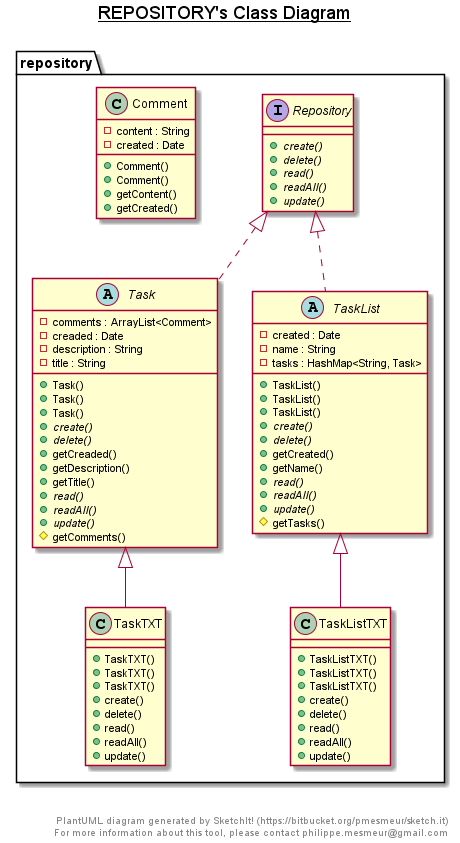
Above: docs/diagrams/repository.png in Dieunelson-Dorcelus/todo-cli (PlantUML), before the change. Its diagram source:
```plantuml
@startuml

title __REPOSITORY's Class Diagram__\n

  namespace repository {
    class repository.Comment {
        - content : String
        - created : Date
        + Comment()
        + Comment()
        + getContent()
        + getCreated()
    }
  }


  namespace repository {
    interface repository.Repository {
        {abstract} + create()
        {abstract} + delete()
        {abstract} + read()
        {abstract} + readAll()
        {abstract} + update()
    }
  }


  namespace repository {
    abstract class repository.Task {
        - comments : ArrayList<Comment>
        - creaded : Date
        - description : String
        - title : String
        + Task()
        + Task()
        + Task()
        {abstract} + create()
        {abstract} + delete()
        + getCreaded()
        + getDescription()
        + getTitle()
        {abstract} + read()
        {abstract} + readAll()
        {abstract} + update()
        # getComments()
    }
  }


  namespace repository {
    abstract class repository.TaskList {
        - created : Date
        - name : String
        - tasks : HashMap<String, Task>
        + TaskList()
        + TaskList()
        + TaskList()
        {abstract} + create()
        {abstract} + delete()
        + getCreated()
        + getName()
        {abstract} + read()
        {abstract} + readAll()
        {abstract} + update()
        # getTasks()
    }
  }


  namespace repository {
    class repository.TaskListTXT {
        + TaskListTXT()
        + TaskListTXT()
        + TaskListTXT()
        + create()
        + delete()
        + read()
        + readAll()
        + update()
    }
  }


  namespace repository {
    class repository.TaskTXT {
        + TaskTXT()
        + TaskTXT()
        + TaskTXT()
        + create()
        + delete()
        + read()
        + readAll()
        + update()
    }
  }


  repository.Task .up.|> repository.Repository
  repository.TaskList .up.|> repository.Repository
  repository.TaskListTXT -up-|> repository.TaskList
  repository.TaskTXT -up-|> repository.Task


right footer


PlantUML diagram generated by SketchIt! (https://bitbucket.org/pmesmeur/sketch.it)
For more information about this tool, please contact philippe.mesmeur@gmail.com
endfooter

@enduml
```
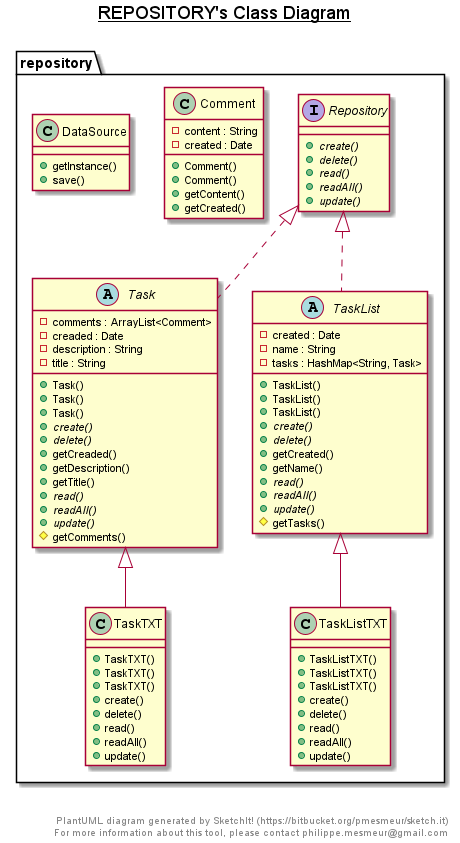
After the commit.

What changed in the source:
```diff
@@ -10,6 +10,14 @@
         + Comment()
         + getContent()
         + getCreated()
+    }
+  }
+
+
+  namespace repository {
+    class repository.DataSource {
+        + getInstance()
+        + save()
     }
   }
 
```
